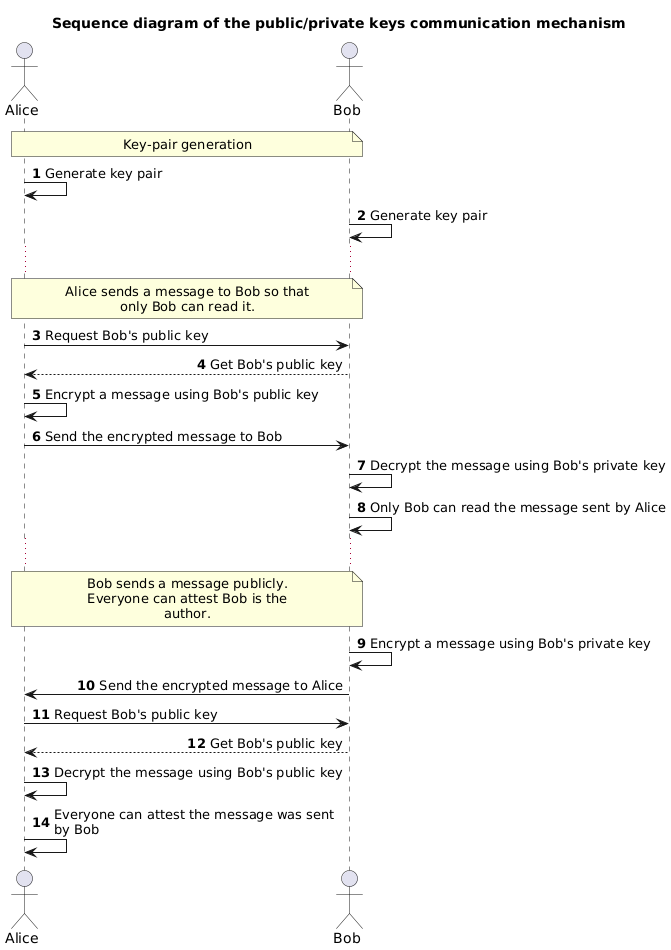
This is 11.03-ssh-and-scp/01-course-material/images/sequence-diagram-of-the-public-private-keys-communication-mechanism.png from heig-vd-dai-course/heig-vd-dai-course, a PlantUML export, as it was before one commit. Its source is kept beside it as 11.03-ssh-and-scp/01-course-material/images/sequence-diagram-of-the-public-private-keys-communication-mechanism.plantuml.
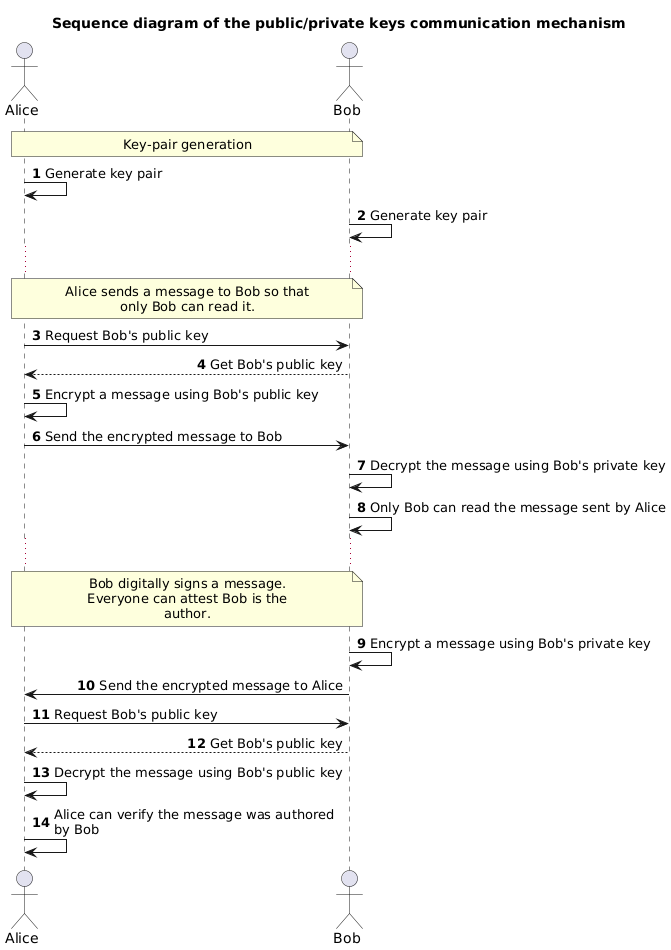
Later version of the same file.

Diff of the diagram source:
```diff
@@ -33,12 +33,12 @@
 
 ...
 
-note over alice, bob: Bob sends a message publicly.\nEveryone can attest Bob is the author.
+note over alice, bob: Bob digitally signs a message.\nEveryone can attest Bob is the author.
 
 bob -> bob: Encrypt a message using Bob's private key
 bob -> alice: Send the encrypted message to Alice
 alice -> bob: Request Bob's public key
 bob --> alice: Get Bob's public key
 alice -> alice: Decrypt the message using Bob's public key
-alice -> alice: Everyone can attest the message was sent by Bob
+alice -> alice: Alice can verify the message was authored by Bob
 @enduml
```
